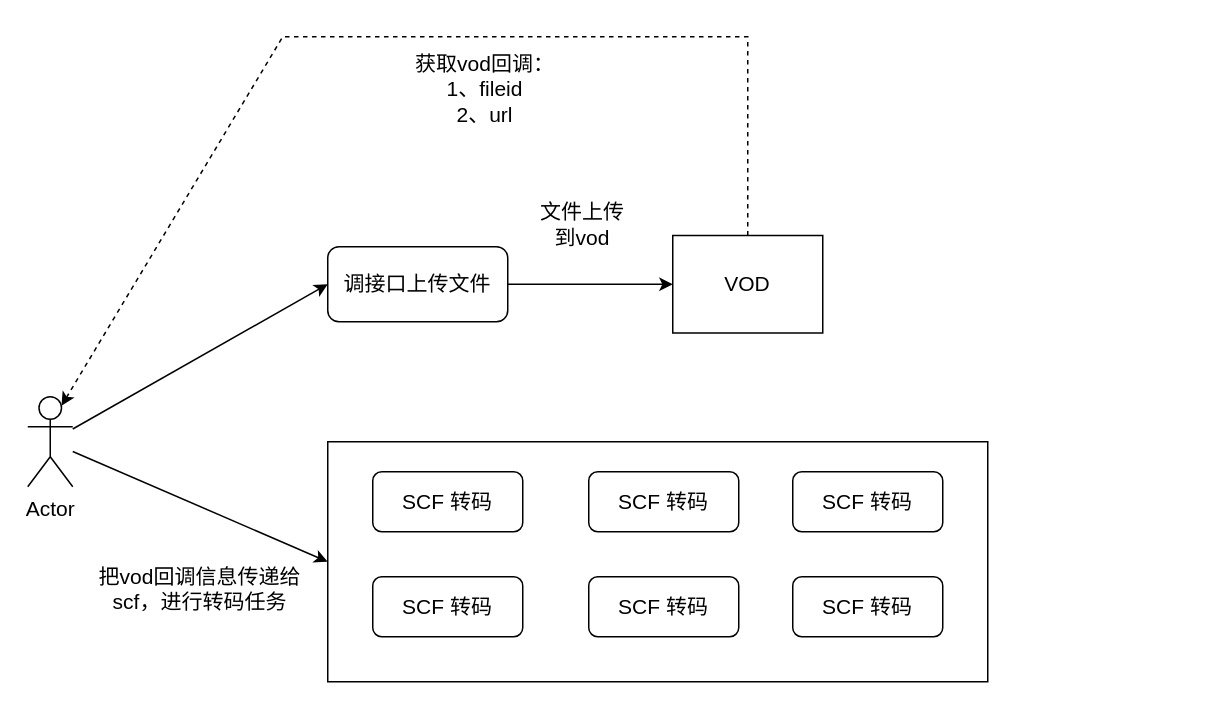
This is Untitled Diagram.drawio from coderwangke/diagrams-etc, a draw.io file, before an edit. Source tidied: cells renumbered, new cells numbered last; positions are measured from the earlier drawing's top-left corner, leaving out a move shared by most shapes. Both pictures are drawn from the tidied source at 150%, with x=0, y=0 at pixel (27, 36).
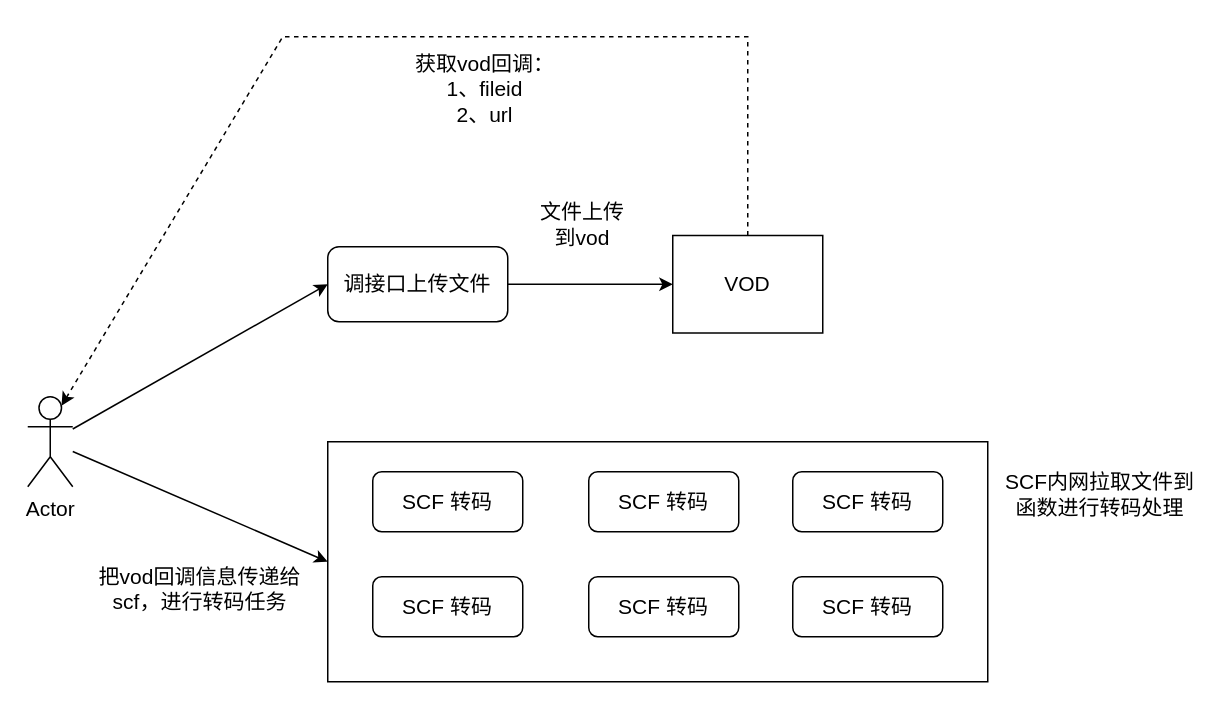
The same diagram, later.

The edit, as a diff of the source:
```diff
@@
+    <mxCell id="19" value="SCF内网拉取文件到函数进行转码处理" style="text;html=1;strokeColor=none;fillColor=none;align=center;verticalAlign=middle;whiteSpace=wrap;rounded=0;fontSize=14;" parent="1" vertex="1">
+      <mxGeometry x="650" y="280" width="130" height="50" as="geometry" />
+    </mxCell>
```
